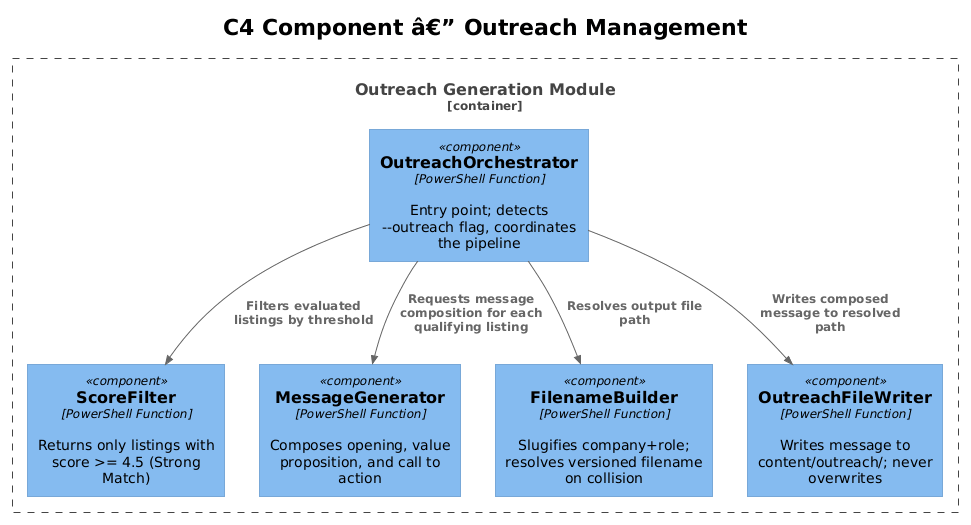
Before: docs/detailed-designs/09-outreach-management/diagrams/c4_component.png, a diagram exported from PlantUML (QuinntyneBrown/Orbit).
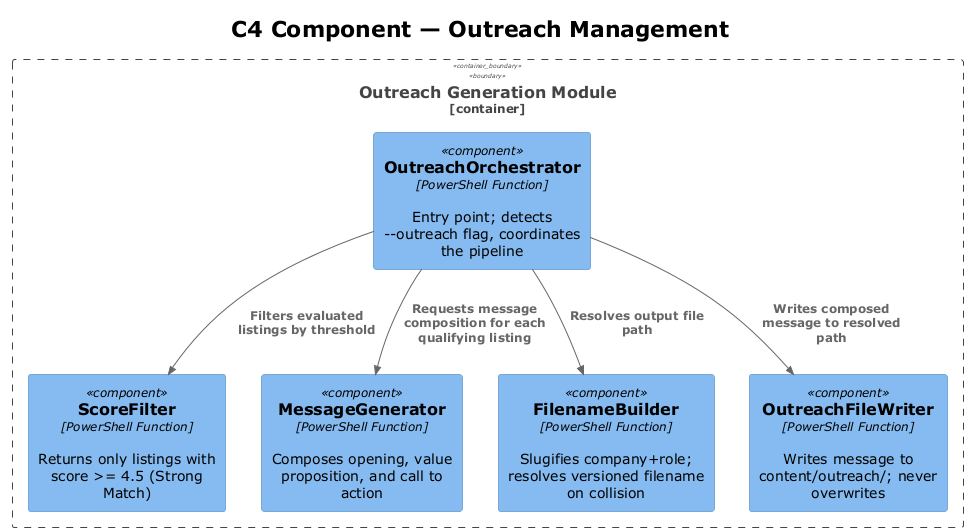
After the commit.

Diff of the diagram source:
```diff
@@ -1,8 +1,8 @@
-@startuml
+@startuml c4_component
 !theme plain
 !include <C4/C4_Component>
 
-title C4 Component â€” Outreach Management
+title C4 Component — Outreach Management
 
 Container_Boundary(outreachModule, "Outreach Generation Module") {
     Component(orchestrator, "OutreachOrchestrator", "PowerShell Function", "Entry point; detects --outreach flag, coordinates the pipeline")
@@ -16,4 +16,5 @@
 Rel(orchestrator, msgGenerator, "Requests message composition for each qualifying listing")
 Rel(orchestrator, filenameBuilder, "Resolves output file path")
 Rel(orchestrator, fileWriter, "Writes composed message to resolved path")
+
 @enduml
```
